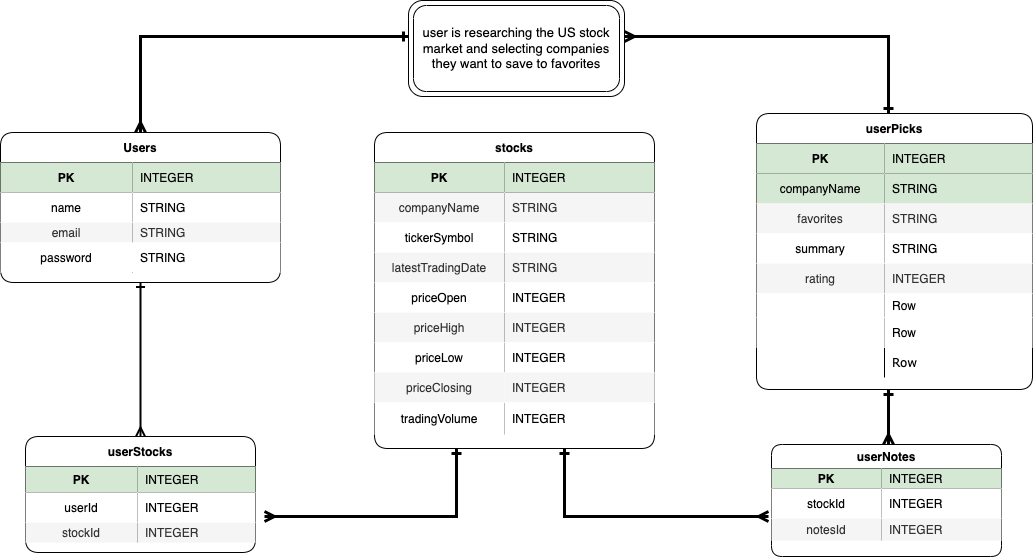
The draw.io diagram ERD.drawio.png in Professorsurf/Project-2, before a commit. Source tidied: cells renumbered, new cells last; positions are measured from the earlier drawing's top-left corner, leaving out a move shared by most shapes.
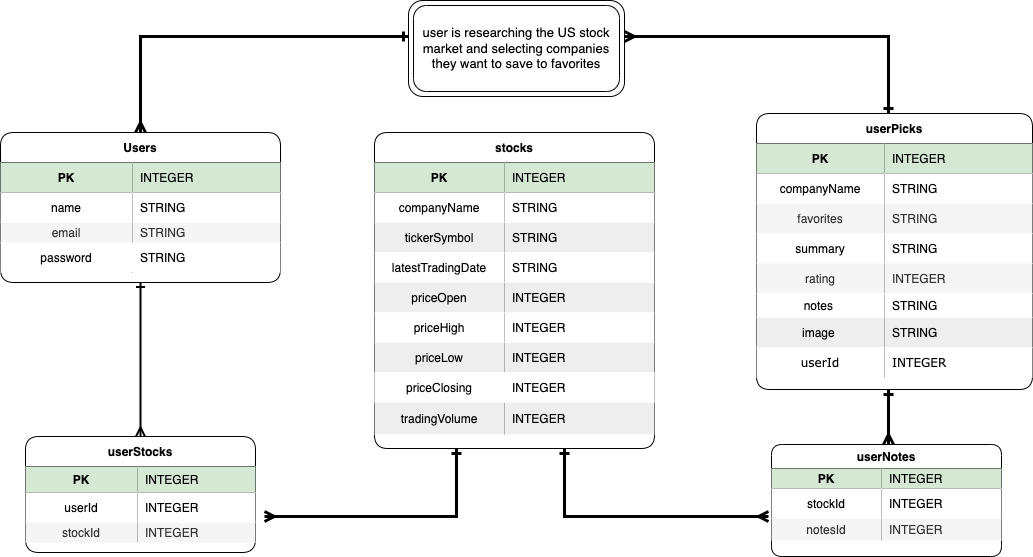
Later version of the same file.

Diff of the diagram source:
```diff
@@ -79,73 +79,73 @@
     <mxCell id="22" style="shape=tableRow;horizontal=0;startSize=0;swimlaneHead=0;swimlaneBody=0;fillColor=none;top=0;left=0;right=0;bottom=0;rounded=0;" parent="18" vertex="1">
       <mxGeometry y="60" width="280" height="30" as="geometry" />
     </mxCell>
-    <mxCell id="23" value="companyName" style="shape=partialRectangle;fillColor=#f5f5f5;top=0;left=0;bottom=0;right=0;overflow=hidden;fontColor=#333333;strokeColor=#666666;rounded=0;" parent="22" vertex="1">
+    <mxCell id="23" value="companyName" style="shape=partialRectangle;top=0;left=0;bottom=0;right=0;overflow=hidden;rounded=0;" parent="22" vertex="1">
       <mxGeometry width="130" height="30" as="geometry" />
     </mxCell>
-    <mxCell id="24" value="STRING" style="shape=partialRectangle;fillColor=#f5f5f5;top=0;left=0;bottom=0;right=0;align=left;spacingLeft=6;overflow=hidden;fontColor=#333333;strokeColor=#666666;rounded=0;" parent="22" vertex="1">
+    <mxCell id="24" value="STRING" style="shape=partialRectangle;top=0;left=0;bottom=0;right=0;align=left;spacingLeft=6;overflow=hidden;rounded=0;" parent="22" vertex="1">
       <mxGeometry x="130" width="150" height="30" as="geometry" />
     </mxCell>
     <mxCell id="25" style="shape=tableRow;horizontal=0;startSize=0;swimlaneHead=0;swimlaneBody=0;fillColor=none;top=0;left=0;right=0;bottom=0;rounded=0;" parent="18" vertex="1">
       <mxGeometry y="90" width="280" height="30" as="geometry" />
     </mxCell>
-    <mxCell id="26" value="tickerSymbol" style="shape=partialRectangle;top=0;left=0;bottom=0;right=0;overflow=hidden;rounded=0;" parent="25" vertex="1">
+    <mxCell id="26" value="tickerSymbol" style="shape=partialRectangle;top=0;left=0;bottom=0;right=0;overflow=hidden;rounded=0;fillColor=#eeeeee;strokeColor=#36393d;" parent="25" vertex="1">
       <mxGeometry width="130" height="30" as="geometry" />
     </mxCell>
-    <mxCell id="27" value="STRING" style="shape=partialRectangle;top=0;left=0;bottom=0;right=0;align=left;spacingLeft=6;overflow=hidden;rounded=0;" parent="25" vertex="1">
+    <mxCell id="27" value="STRING" style="shape=partialRectangle;top=0;left=0;bottom=0;right=0;align=left;spacingLeft=6;overflow=hidden;rounded=0;fillColor=#eeeeee;strokeColor=#36393d;" parent="25" vertex="1">
       <mxGeometry x="130" width="150" height="30" as="geometry" />
     </mxCell>
     <mxCell id="28" style="shape=tableRow;horizontal=0;startSize=0;swimlaneHead=0;swimlaneBody=0;fillColor=none;top=0;left=0;right=0;bottom=0;rounded=0;" parent="18" vertex="1">
       <mxGeometry y="120" width="280" height="30" as="geometry" />
     </mxCell>
-    <mxCell id="29" value="latestTradingDate" style="shape=partialRectangle;top=0;left=0;bottom=0;right=0;overflow=hidden;rounded=0;fillColor=#f5f5f5;fontColor=#333333;strokeColor=#666666;" parent="28" vertex="1">
+    <mxCell id="29" value="latestTradingDate" style="shape=partialRectangle;top=0;left=0;bottom=0;right=0;overflow=hidden;rounded=0;" parent="28" vertex="1">
       <mxGeometry width="130" height="30" as="geometry" />
     </mxCell>
-    <mxCell id="30" value="STRING" style="shape=partialRectangle;top=0;left=0;bottom=0;right=0;align=left;spacingLeft=6;overflow=hidden;rounded=0;fillColor=#f5f5f5;fontColor=#333333;strokeColor=#666666;" parent="28" vertex="1">
+    <mxCell id="30" value="STRING" style="shape=partialRectangle;top=0;left=0;bottom=0;right=0;align=left;spacingLeft=6;overflow=hidden;rounded=0;" parent="28" vertex="1">
       <mxGeometry x="130" width="150" height="30" as="geometry" />
     </mxCell>
     <mxCell id="31" style="shape=tableRow;horizontal=0;startSize=0;swimlaneHead=0;swimlaneBody=0;fillColor=none;top=0;left=0;right=0;bottom=0;" parent="18" vertex="1">
       <mxGeometry y="150" width="280" height="30" as="geometry" />
     </mxCell>
-    <mxCell id="32" value="priceOpen" style="shape=partialRectangle;top=0;left=0;bottom=0;right=0;overflow=hidden;" parent="31" vertex="1">
+    <mxCell id="32" value="priceOpen" style="shape=partialRectangle;top=0;left=0;bottom=0;right=0;overflow=hidden;fillColor=#eeeeee;strokeColor=#36393d;" parent="31" vertex="1">
       <mxGeometry width="130" height="30" as="geometry" />
     </mxCell>
-    <mxCell id="33" value="INTEGER" style="shape=partialRectangle;top=0;left=0;bottom=0;right=0;align=left;spacingLeft=6;overflow=hidden;" parent="31" vertex="1">
+    <mxCell id="33" value="INTEGER" style="shape=partialRectangle;top=0;left=0;bottom=0;right=0;align=left;spacingLeft=6;overflow=hidden;fillColor=#eeeeee;strokeColor=#36393d;" parent="31" vertex="1">
       <mxGeometry x="130" width="150" height="30" as="geometry" />
     </mxCell>
     <mxCell id="34" style="shape=tableRow;horizontal=0;startSize=0;swimlaneHead=0;swimlaneBody=0;fillColor=none;top=0;left=0;right=0;bottom=0;rounded=0;" parent="18" vertex="1">
       <mxGeometry y="180" width="280" height="30" as="geometry" />
     </mxCell>
-    <mxCell id="35" value="priceHigh" style="shape=partialRectangle;fillColor=#f5f5f5;top=0;left=0;bottom=0;right=0;overflow=hidden;fontColor=#333333;strokeColor=#666666;rounded=0;" parent="34" vertex="1">
+    <mxCell id="35" value="priceHigh" style="shape=partialRectangle;top=0;left=0;bottom=0;right=0;overflow=hidden;rounded=0;" parent="34" vertex="1">
       <mxGeometry width="130" height="30" as="geometry" />
     </mxCell>
-    <mxCell id="36" value="INTEGER" style="shape=partialRectangle;top=0;left=0;bottom=0;right=0;align=left;spacingLeft=6;overflow=hidden;rounded=0;fillColor=#f5f5f5;fontColor=#333333;strokeColor=#666666;" parent="34" vertex="1">
+    <mxCell id="36" value="INTEGER" style="shape=partialRectangle;top=0;left=0;bottom=0;right=0;align=left;spacingLeft=6;overflow=hidden;rounded=0;" parent="34" vertex="1">
       <mxGeometry x="130" width="150" height="30" as="geometry" />
     </mxCell>
     <mxCell id="37" style="shape=tableRow;horizontal=0;startSize=0;swimlaneHead=0;swimlaneBody=0;fillColor=none;top=0;left=0;right=0;bottom=0;rounded=0;" parent="18" vertex="1">
       <mxGeometry y="210" width="280" height="30" as="geometry" />
     </mxCell>
-    <mxCell id="38" value="priceLow" style="shape=partialRectangle;top=0;left=0;bottom=0;right=0;overflow=hidden;rounded=0;" parent="37" vertex="1">
+    <mxCell id="38" value="priceLow" style="shape=partialRectangle;top=0;left=0;bottom=0;right=0;overflow=hidden;rounded=0;fillColor=#eeeeee;strokeColor=#36393d;" parent="37" vertex="1">
       <mxGeometry width="130" height="30" as="geometry" />
     </mxCell>
-    <mxCell id="39" value="INTEGER" style="shape=partialRectangle;top=0;left=0;bottom=0;right=0;align=left;spacingLeft=6;overflow=hidden;rounded=0;" parent="37" vertex="1">
+    <mxCell id="39" value="INTEGER" style="shape=partialRectangle;top=0;left=0;bottom=0;right=0;align=left;spacingLeft=6;overflow=hidden;rounded=0;fillColor=#eeeeee;strokeColor=#36393d;" parent="37" vertex="1">
       <mxGeometry x="130" width="150" height="30" as="geometry" />
     </mxCell>
     <mxCell id="40" style="shape=tableRow;horizontal=0;startSize=0;swimlaneHead=0;swimlaneBody=0;top=0;left=0;right=0;bottom=0;" parent="18" vertex="1">
       <mxGeometry y="240" width="280" height="30" as="geometry" />
     </mxCell>
-    <mxCell id="41" value="priceClosing" style="shape=partialRectangle;top=0;left=0;bottom=0;right=0;overflow=hidden;fillColor=#f5f5f5;fontColor=#333333;strokeColor=#666666;" parent="40" vertex="1">
+    <mxCell id="41" value="priceClosing" style="shape=partialRectangle;top=0;left=0;bottom=0;right=0;overflow=hidden;" parent="40" vertex="1">
       <mxGeometry width="130" height="30" as="geometry" />
     </mxCell>
-    <mxCell id="42" value="INTEGER" style="shape=partialRectangle;top=0;left=0;bottom=0;right=0;align=left;spacingLeft=6;overflow=hidden;fillColor=#f5f5f5;fontColor=#333333;strokeColor=#666666;" parent="40" vertex="1">
+    <mxCell id="42" value="INTEGER" style="shape=partialRectangle;top=0;left=0;bottom=0;right=0;align=left;spacingLeft=6;overflow=hidden;" parent="40" vertex="1">
       <mxGeometry x="130" width="150" height="30" as="geometry" />
     </mxCell>
     <mxCell id="43" style="shape=tableRow;horizontal=0;startSize=0;swimlaneHead=0;swimlaneBody=0;fillColor=none;top=0;left=0;right=0;bottom=0;" parent="18" vertex="1">
       <mxGeometry y="270" width="280" height="32" as="geometry" />
     </mxCell>
-    <mxCell id="44" value="tradingVolume" style="shape=partialRectangle;top=0;left=0;bottom=0;right=0;overflow=hidden;" parent="43" vertex="1">
+    <mxCell id="44" value="tradingVolume" style="shape=partialRectangle;top=0;left=0;bottom=0;right=0;overflow=hidden;fillColor=#eeeeee;strokeColor=#36393d;" parent="43" vertex="1">
       <mxGeometry width="130" height="32" as="geometry" />
     </mxCell>
-    <mxCell id="45" value="INTEGER" style="shape=partialRectangle;top=0;left=0;bottom=0;right=0;align=left;spacingLeft=6;overflow=hidden;" parent="43" vertex="1">
+    <mxCell id="45" value="INTEGER" style="shape=partialRectangle;top=0;left=0;bottom=0;right=0;align=left;spacingLeft=6;overflow=hidden;fillColor=#eeeeee;strokeColor=#36393d;" parent="43" vertex="1">
       <mxGeometry x="130" width="150" height="32" as="geometry" />
     </mxCell>
     <mxCell id="46" value="userStocks" style="shape=table;startSize=30;rowLines=0;fontStyle=1;align=center;rounded=1;fillColor=none;" parent="1" vertex="1">
@@ -238,10 +238,10 @@
     <mxCell id="72" style="shape=tableRow;horizontal=0;startSize=0;swimlaneHead=0;swimlaneBody=0;fillColor=none;top=0;left=0;right=0;bottom=0;rounded=0;" parent="68" vertex="1">
       <mxGeometry y="60" width="276" height="30" as="geometry" />
     </mxCell>
-    <mxCell id="73" value="companyName" style="shape=partialRectangle;fillColor=#d5e8d4;top=0;left=0;bottom=0;right=0;fontStyle=0;overflow=hidden;strokeColor=#82b366;rounded=0;" parent="72" vertex="1">
+    <mxCell id="73" value="companyName" style="shape=partialRectangle;top=0;left=0;bottom=0;right=0;fontStyle=0;overflow=hidden;rounded=0;" parent="72" vertex="1">
       <mxGeometry width="128" height="30" as="geometry" />
     </mxCell>
-    <mxCell id="74" value="STRING" style="shape=partialRectangle;fillColor=#d5e8d4;top=0;left=0;bottom=0;right=0;align=left;spacingLeft=6;fontStyle=0;overflow=hidden;strokeColor=#82b366;rounded=0;" parent="72" vertex="1">
+    <mxCell id="74" value="STRING" style="shape=partialRectangle;top=0;left=0;bottom=0;right=0;align=left;spacingLeft=6;fontStyle=0;overflow=hidden;rounded=0;" parent="72" vertex="1">
       <mxGeometry x="128" width="148" height="30" as="geometry" />
     </mxCell>
     <mxCell id="75" style="shape=tableRow;horizontal=0;startSize=0;swimlaneHead=0;swimlaneBody=0;fillColor=none;top=0;left=0;right=0;bottom=0;rounded=0;" parent="68" vertex="1">
@@ -274,28 +274,28 @@
     <mxCell id="84" style="shape=tableRow;horizontal=0;startSize=0;swimlaneHead=0;swimlaneBody=0;fillColor=none;top=0;left=0;right=0;bottom=0;rounded=0;" parent="68" vertex="1">
       <mxGeometry y="180" width="276" height="24" as="geometry" />
     </mxCell>
-    <mxCell id="85" style="shape=partialRectangle;top=0;left=0;bottom=0;right=0;overflow=hidden;rounded=0;" parent="84" vertex="1">
+    <mxCell id="85" value="notes " style="shape=partialRectangle;top=0;left=0;bottom=0;right=0;overflow=hidden;rounded=0;" parent="84" vertex="1">
       <mxGeometry width="128" height="24" as="geometry" />
     </mxCell>
-    <mxCell id="86" value="Row" style="shape=partialRectangle;top=0;left=0;bottom=0;right=0;align=left;spacingLeft=6;overflow=hidden;rounded=0;" parent="84" vertex="1">
+    <mxCell id="86" value="STRING" style="shape=partialRectangle;top=0;left=0;bottom=0;right=0;align=left;spacingLeft=6;overflow=hidden;rounded=0;" parent="84" vertex="1">
       <mxGeometry x="128" width="148" height="24" as="geometry" />
     </mxCell>
     <mxCell id="87" style="shape=tableRow;horizontal=0;startSize=0;swimlaneHead=0;swimlaneBody=0;fillColor=none;top=0;left=0;right=0;bottom=0;rounded=0;" parent="68" vertex="1">
       <mxGeometry y="204" width="276" height="30" as="geometry" />
     </mxCell>
-    <mxCell id="88" style="shape=partialRectangle;top=0;left=0;bottom=0;right=0;overflow=hidden;rounded=0;" parent="87" vertex="1">
+    <mxCell id="88" value="image " style="shape=partialRectangle;top=0;left=0;bottom=0;right=0;overflow=hidden;rounded=0;fillColor=#eeeeee;strokeColor=#36393d;" parent="87" vertex="1">
       <mxGeometry width="128" height="30" as="geometry" />
     </mxCell>
-    <mxCell id="89" value="Row" style="shape=partialRectangle;top=0;left=0;bottom=0;right=0;align=left;spacingLeft=6;overflow=hidden;rounded=0;" parent="87" vertex="1">
+    <mxCell id="89" value="STRING" style="shape=partialRectangle;top=0;left=0;bottom=0;right=0;align=left;spacingLeft=6;overflow=hidden;rounded=0;fillColor=#eeeeee;strokeColor=#36393d;" parent="87" vertex="1">
       <mxGeometry x="128" width="148" height="30" as="geometry" />
     </mxCell>
     <mxCell id="90" style="shape=tableRow;horizontal=0;startSize=0;swimlaneHead=0;swimlaneBody=0;fillColor=none;top=0;left=0;right=0;bottom=0;rounded=1;shadow=0;sketch=0;fontFamily=Verdana;" parent="68" vertex="1">
       <mxGeometry y="234" width="276" height="30" as="geometry" />
     </mxCell>
-    <mxCell id="91" style="shape=partialRectangle;fillColor=none;top=0;left=0;bottom=0;right=0;overflow=hidden;rounded=1;shadow=0;sketch=0;fontFamily=Verdana;" parent="90" vertex="1">
+    <mxCell id="91" value="userId" style="shape=partialRectangle;top=0;left=0;bottom=0;right=0;overflow=hidden;rounded=1;shadow=0;sketch=0;fontFamily=Verdana;" parent="90" vertex="1">
       <mxGeometry width="128" height="30" as="geometry" />
     </mxCell>
-    <mxCell id="92" value="Row" style="shape=partialRectangle;fillColor=none;top=0;left=0;bottom=0;right=0;align=left;spacingLeft=6;overflow=hidden;rounded=1;shadow=0;sketch=0;fontFamily=Verdana;" parent="90" vertex="1">
+    <mxCell id="92" value="INTEGER" style="shape=partialRectangle;top=0;left=0;bottom=0;right=0;align=left;spacingLeft=6;overflow=hidden;rounded=1;shadow=0;sketch=0;fontFamily=Verdana;" parent="90" vertex="1">
       <mxGeometry x="128" width="148" height="30" as="geometry" />
     </mxCell>
     <mxCell id="93" style="edgeStyle=orthogonalEdgeStyle;rounded=0;jettySize=auto;html=1;startArrow=ERone;startFill=0;endArrow=ERmany;endFill=0;strokeWidth=3;entryX=0.5;entryY=0;entryDx=0;entryDy=0;" parent="1" edge="1" source="94" target="3">
```
